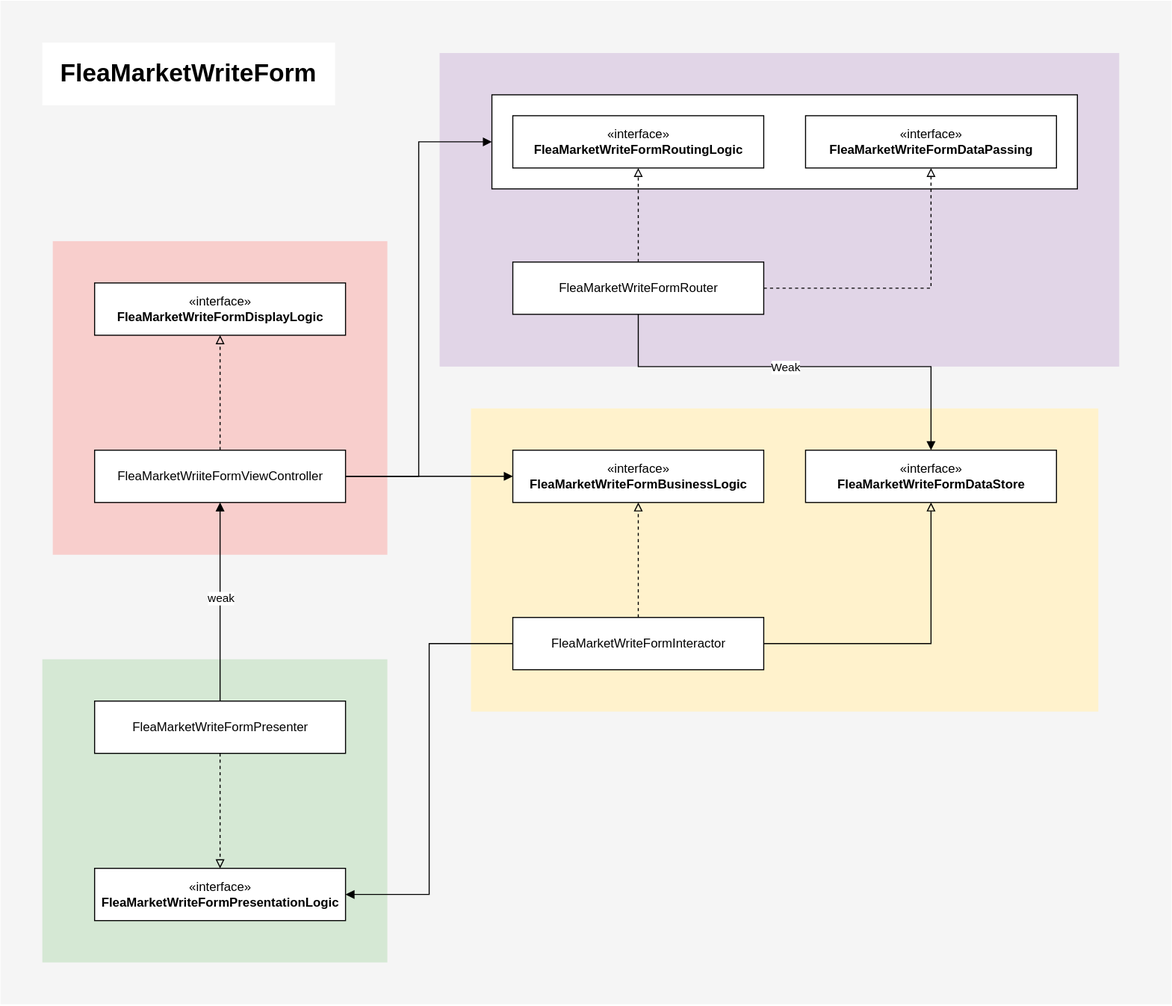
Above: karrot_clone_architecture.svg in statios/diagrams (draw.io), before the change. Source tidied: cells renumbered, new cells last; positions are measured from the earlier drawing's top-left corner, leaving out a move shared by most shapes. Source of this version:
```xml
<mxGraphModel>
  <root>
    <mxCell id="0" />
    <mxCell id="1" parent="0" />
    <mxCell id="2" style="rounded=0;whiteSpace=wrap;html=1;fillColor=#f5f5f5;fontColor=#333333;strokeColor=none;" parent="1" vertex="1">
      <mxGeometry width="1120" height="960" as="geometry" />
    </mxCell>
    <mxCell id="3" style="rounded=0;whiteSpace=wrap;html=1;fillColor=#e1d5e7;strokeColor=none;" parent="1" vertex="1">
      <mxGeometry x="420" y="50" width="650" height="300" as="geometry" />
    </mxCell>
    <mxCell id="4" style="rounded=0;whiteSpace=wrap;html=1;fillColor=#d5e8d4;strokeColor=none;" parent="1" vertex="1">
      <mxGeometry x="40" y="630" width="330" height="290" as="geometry" />
    </mxCell>
    <mxCell id="5" style="rounded=0;whiteSpace=wrap;html=1;fillColor=#fff2cc;strokeColor=none;" parent="1" vertex="1">
      <mxGeometry x="450" y="390" width="600" height="290" as="geometry" />
    </mxCell>
    <mxCell id="6" style="rounded=0;whiteSpace=wrap;html=1;fillColor=#f8cecc;strokeColor=none;" parent="1" vertex="1">
      <mxGeometry x="50" y="230" width="320" height="300" as="geometry" />
    </mxCell>
    <mxCell id="7" style="rounded=0;whiteSpace=wrap;html=1;" parent="1" vertex="1">
      <mxGeometry x="470" y="90" width="560" height="90" as="geometry" />
    </mxCell>
    <mxCell id="8" value="«interface»&lt;br&gt;&lt;b&gt;FleaMarketWriteFormDisplayLogic&lt;/b&gt;" style="html=1;" parent="1" vertex="1">
      <mxGeometry x="90" y="270" width="240" height="50" as="geometry" />
    </mxCell>
    <mxCell id="9" style="edgeStyle=orthogonalEdgeStyle;rounded=0;jettySize=auto;html=1;entryX=0.5;entryY=1;entryDx=0;entryDy=0;endArrow=block;endFill=0;dashed=1;" parent="1" edge="1" source="12" target="8">
      <mxGeometry relative="1" as="geometry" />
    </mxCell>
    <mxCell id="10" style="edgeStyle=orthogonalEdgeStyle;rounded=0;jettySize=auto;html=1;endArrow=block;endFill=1;" parent="1" edge="1" source="12" target="13">
      <mxGeometry relative="1" as="geometry" />
    </mxCell>
    <mxCell id="11" style="edgeStyle=orthogonalEdgeStyle;rounded=0;jettySize=auto;html=1;entryX=0;entryY=0.5;entryDx=0;entryDy=0;endArrow=block;endFill=1;" parent="1" edge="1" source="12" target="7">
      <mxGeometry relative="1" as="geometry" />
    </mxCell>
    <mxCell id="12" value="FleaMarketWriiteFormViewController" style="html=1;" parent="1" vertex="1">
      <mxGeometry x="90" y="430" width="240" height="50" as="geometry" />
    </mxCell>
    <mxCell id="13" value="«interface»&lt;br&gt;&lt;b&gt;FleaMarketWriteFormBusinessLogic&lt;/b&gt;" style="html=1;" parent="1" vertex="1">
      <mxGeometry x="490" y="430" width="240" height="50" as="geometry" />
    </mxCell>
    <mxCell id="14" style="edgeStyle=orthogonalEdgeStyle;rounded=0;jettySize=auto;html=1;entryX=0.5;entryY=1;entryDx=0;entryDy=0;endArrow=block;endFill=0;dashed=1;" parent="1" edge="1" source="17" target="13">
      <mxGeometry relative="1" as="geometry" />
    </mxCell>
    <mxCell id="15" style="edgeStyle=orthogonalEdgeStyle;rounded=0;jettySize=auto;html=1;entryX=0.5;entryY=1;entryDx=0;entryDy=0;endArrow=block;endFill=0;" parent="1" edge="1" source="17" target="18">
      <mxGeometry relative="1" as="geometry" />
    </mxCell>
    <mxCell id="16" style="edgeStyle=orthogonalEdgeStyle;rounded=0;jettySize=auto;html=1;entryX=1;entryY=0.5;entryDx=0;entryDy=0;endArrow=block;endFill=1;" parent="1" edge="1" source="17" target="19">
      <mxGeometry relative="1" as="geometry" />
    </mxCell>
    <mxCell id="17" value="FleaMarketWriteFormInteractor" style="html=1;" parent="1" vertex="1">
      <mxGeometry x="490" y="590" width="240" height="50" as="geometry" />
    </mxCell>
    <mxCell id="18" value="«interface»&lt;br&gt;&lt;b&gt;FleaMarketWriteFormDataStore&lt;/b&gt;" style="html=1;" parent="1" vertex="1">
      <mxGeometry x="770" y="430" width="240" height="50" as="geometry" />
    </mxCell>
    <mxCell id="19" value="«interface»&lt;br&gt;&lt;b&gt;FleaMarketWriteFormPresentationLogic&lt;/b&gt;" style="html=1;" parent="1" vertex="1">
      <mxGeometry x="90" y="830" width="240" height="50" as="geometry" />
    </mxCell>
    <mxCell id="20" style="edgeStyle=orthogonalEdgeStyle;rounded=0;jettySize=auto;html=1;endArrow=block;endFill=0;dashed=1;" parent="1" edge="1" source="23" target="19">
      <mxGeometry relative="1" as="geometry" />
    </mxCell>
    <mxCell id="21" style="edgeStyle=orthogonalEdgeStyle;rounded=0;jettySize=auto;html=1;entryX=0.5;entryY=1;entryDx=0;entryDy=0;endArrow=block;endFill=1;" parent="1" edge="1" source="23" target="12">
      <mxGeometry relative="1" as="geometry" />
    </mxCell>
    <mxCell id="22" value="weak" style="edgeLabel;html=1;align=center;verticalAlign=middle;" parent="21" vertex="1">
      <mxGeometry x="0.04" relative="1" as="geometry" />
    </mxCell>
    <mxCell id="23" value="FleaMarketWriteFormPresenter" style="html=1;" parent="1" vertex="1">
      <mxGeometry x="90" y="670" width="240" height="50" as="geometry" />
    </mxCell>
    <mxCell id="24" value="«interface»&lt;br&gt;&lt;b&gt;FleaMarketWriteFormRoutingLogic&lt;/b&gt;" style="html=1;" parent="1" vertex="1">
      <mxGeometry x="490" y="110" width="240" height="50" as="geometry" />
    </mxCell>
    <mxCell id="25" value="«interface»&lt;br&gt;&lt;b&gt;FleaMarketWriteFormDataPassing&lt;/b&gt;" style="html=1;" parent="1" vertex="1">
      <mxGeometry x="770" y="110" width="240" height="50" as="geometry" />
    </mxCell>
    <mxCell id="26" style="edgeStyle=orthogonalEdgeStyle;rounded=0;jettySize=auto;html=1;entryX=0.5;entryY=1;entryDx=0;entryDy=0;endArrow=block;endFill=0;dashed=1;" parent="1" edge="1" source="30" target="24">
      <mxGeometry relative="1" as="geometry" />
    </mxCell>
    <mxCell id="27" style="edgeStyle=orthogonalEdgeStyle;rounded=0;jettySize=auto;html=1;entryX=0.5;entryY=1;entryDx=0;entryDy=0;endArrow=block;endFill=0;dashed=1;" parent="1" edge="1" source="30" target="25">
      <mxGeometry relative="1" as="geometry" />
    </mxCell>
    <mxCell id="28" style="edgeStyle=orthogonalEdgeStyle;rounded=0;jettySize=auto;html=1;entryX=0.5;entryY=0;entryDx=0;entryDy=0;endArrow=block;endFill=1;" parent="1" edge="1" source="30" target="18">
      <mxGeometry relative="1" as="geometry">
        <Array as="points">
          <mxPoint x="610" y="350" />
          <mxPoint x="890" y="350" />
        </Array>
      </mxGeometry>
    </mxCell>
    <mxCell id="29" value="Weak" style="edgeLabel;html=1;align=center;verticalAlign=middle;" parent="28" vertex="1">
      <mxGeometry x="-0.07" relative="1" as="geometry" />
    </mxCell>
    <mxCell id="30" value="FleaMarketWriteFormRouter" style="html=1;" parent="1" vertex="1">
      <mxGeometry x="490" y="250" width="240" height="50" as="geometry" />
    </mxCell>
    <mxCell id="31" value="FleaMarketWriteForm" style="text;html=1;strokeColor=none;align=center;verticalAlign=middle;whiteSpace=wrap;rounded=0;fillColor=#ffffff;fontSize=24;fontStyle=1;" parent="1" vertex="1">
      <mxGeometry x="40" y="40" width="280" height="60" as="geometry" />
    </mxCell>
  </root>
</mxGraphModel>
```
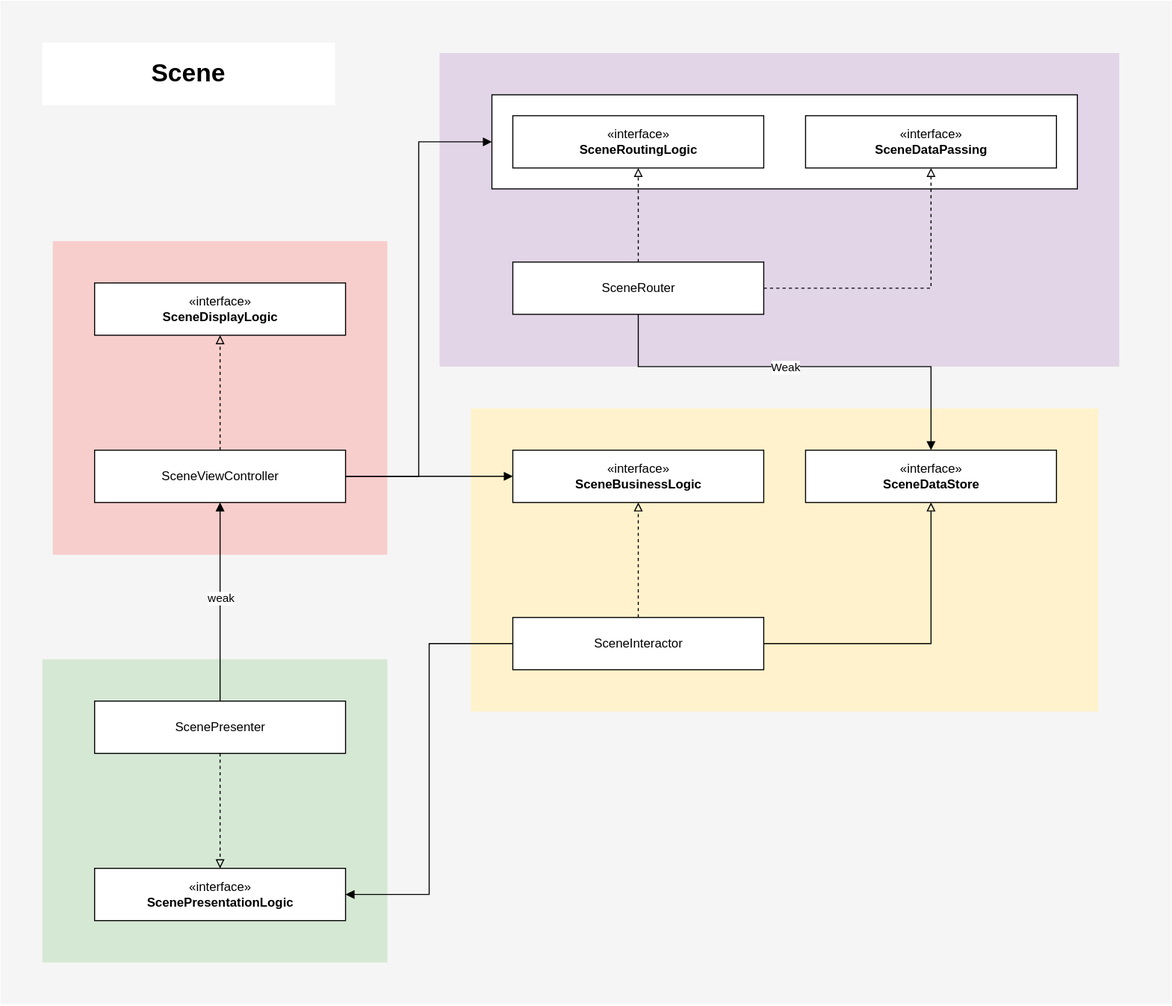
After the change.

Change to the diagram source:
```diff
@@ -20,7 +20,7 @@
     <mxCell id="7" style="rounded=0;whiteSpace=wrap;html=1;" parent="1" vertex="1">
       <mxGeometry x="470" y="90" width="560" height="90" as="geometry" />
     </mxCell>
-    <mxCell id="8" value="«interface»&lt;br&gt;&lt;b&gt;FleaMarketWriteFormDisplayLogic&lt;/b&gt;" style="html=1;" parent="1" vertex="1">
+    <mxCell id="8" value="«interface»&lt;br&gt;&lt;b&gt;SceneDisplayLogic&lt;/b&gt;" style="html=1;" parent="1" vertex="1">
       <mxGeometry x="90" y="270" width="240" height="50" as="geometry" />
     </mxCell>
     <mxCell id="9" style="edgeStyle=orthogonalEdgeStyle;rounded=0;jettySize=auto;html=1;entryX=0.5;entryY=1;entryDx=0;entryDy=0;endArrow=block;endFill=0;dashed=1;" parent="1" edge="1" source="12" target="8">
@@ -32,10 +32,10 @@
     <mxCell id="11" style="edgeStyle=orthogonalEdgeStyle;rounded=0;jettySize=auto;html=1;entryX=0;entryY=0.5;entryDx=0;entryDy=0;endArrow=block;endFill=1;" parent="1" edge="1" source="12" target="7">
       <mxGeometry relative="1" as="geometry" />
     </mxCell>
-    <mxCell id="12" value="FleaMarketWriiteFormViewController" style="html=1;" parent="1" vertex="1">
+    <mxCell id="12" value="SceneViewController" style="html=1;" parent="1" vertex="1">
       <mxGeometry x="90" y="430" width="240" height="50" as="geometry" />
     </mxCell>
-    <mxCell id="13" value="«interface»&lt;br&gt;&lt;b&gt;FleaMarketWriteFormBusinessLogic&lt;/b&gt;" style="html=1;" parent="1" vertex="1">
+    <mxCell id="13" value="«interface»&lt;br&gt;&lt;b&gt;SceneBusinessLogic&lt;/b&gt;" style="html=1;" parent="1" vertex="1">
       <mxGeometry x="490" y="430" width="240" height="50" as="geometry" />
     </mxCell>
     <mxCell id="14" style="edgeStyle=orthogonalEdgeStyle;rounded=0;jettySize=auto;html=1;entryX=0.5;entryY=1;entryDx=0;entryDy=0;endArrow=block;endFill=0;dashed=1;" parent="1" edge="1" source="17" target="13">
@@ -47,13 +47,13 @@
     <mxCell id="16" style="edgeStyle=orthogonalEdgeStyle;rounded=0;jettySize=auto;html=1;entryX=1;entryY=0.5;entryDx=0;entryDy=0;endArrow=block;endFill=1;" parent="1" edge="1" source="17" target="19">
       <mxGeometry relative="1" as="geometry" />
     </mxCell>
-    <mxCell id="17" value="FleaMarketWriteFormInteractor" style="html=1;" parent="1" vertex="1">
+    <mxCell id="17" value="SceneInteractor" style="html=1;" parent="1" vertex="1">
       <mxGeometry x="490" y="590" width="240" height="50" as="geometry" />
     </mxCell>
-    <mxCell id="18" value="«interface»&lt;br&gt;&lt;b&gt;FleaMarketWriteFormDataStore&lt;/b&gt;" style="html=1;" parent="1" vertex="1">
+    <mxCell id="18" value="«interface»&lt;br&gt;&lt;b&gt;SceneDataStore&lt;/b&gt;" style="html=1;" parent="1" vertex="1">
       <mxGeometry x="770" y="430" width="240" height="50" as="geometry" />
     </mxCell>
-    <mxCell id="19" value="«interface»&lt;br&gt;&lt;b&gt;FleaMarketWriteFormPresentationLogic&lt;/b&gt;" style="html=1;" parent="1" vertex="1">
+    <mxCell id="19" value="«interface»&lt;br&gt;&lt;b&gt;ScenePresentationLogic&lt;/b&gt;" style="html=1;" parent="1" vertex="1">
       <mxGeometry x="90" y="830" width="240" height="50" as="geometry" />
     </mxCell>
     <mxCell id="20" style="edgeStyle=orthogonalEdgeStyle;rounded=0;jettySize=auto;html=1;endArrow=block;endFill=0;dashed=1;" parent="1" edge="1" source="23" target="19">
@@ -65,13 +65,13 @@
     <mxCell id="22" value="weak" style="edgeLabel;html=1;align=center;verticalAlign=middle;" parent="21" vertex="1">
       <mxGeometry x="0.04" relative="1" as="geometry" />
     </mxCell>
-    <mxCell id="23" value="FleaMarketWriteFormPresenter" style="html=1;" parent="1" vertex="1">
+    <mxCell id="23" value="ScenePresenter" style="html=1;" parent="1" vertex="1">
       <mxGeometry x="90" y="670" width="240" height="50" as="geometry" />
     </mxCell>
-    <mxCell id="24" value="«interface»&lt;br&gt;&lt;b&gt;FleaMarketWriteFormRoutingLogic&lt;/b&gt;" style="html=1;" parent="1" vertex="1">
+    <mxCell id="24" value="«interface»&lt;br&gt;&lt;b&gt;SceneRoutingLogic&lt;/b&gt;" style="html=1;" parent="1" vertex="1">
       <mxGeometry x="490" y="110" width="240" height="50" as="geometry" />
     </mxCell>
-    <mxCell id="25" value="«interface»&lt;br&gt;&lt;b&gt;FleaMarketWriteFormDataPassing&lt;/b&gt;" style="html=1;" parent="1" vertex="1">
+    <mxCell id="25" value="«interface»&lt;br&gt;&lt;b&gt;SceneDataPassing&lt;/b&gt;" style="html=1;" parent="1" vertex="1">
       <mxGeometry x="770" y="110" width="240" height="50" as="geometry" />
     </mxCell>
     <mxCell id="26" style="edgeStyle=orthogonalEdgeStyle;rounded=0;jettySize=auto;html=1;entryX=0.5;entryY=1;entryDx=0;entryDy=0;endArrow=block;endFill=0;dashed=1;" parent="1" edge="1" source="30" target="24">
@@ -91,10 +91,10 @@
     <mxCell id="29" value="Weak" style="edgeLabel;html=1;align=center;verticalAlign=middle;" parent="28" vertex="1">
       <mxGeometry x="-0.07" relative="1" as="geometry" />
     </mxCell>
-    <mxCell id="30" value="FleaMarketWriteFormRouter" style="html=1;" parent="1" vertex="1">
+    <mxCell id="30" value="SceneRouter" style="html=1;" parent="1" vertex="1">
       <mxGeometry x="490" y="250" width="240" height="50" as="geometry" />
     </mxCell>
-    <mxCell id="31" value="FleaMarketWriteForm" style="text;html=1;strokeColor=none;align=center;verticalAlign=middle;whiteSpace=wrap;rounded=0;fillColor=#ffffff;fontSize=24;fontStyle=1;" parent="1" vertex="1">
+    <mxCell id="31" value="Scene" style="text;html=1;strokeColor=none;align=center;verticalAlign=middle;whiteSpace=wrap;rounded=0;fillColor=#ffffff;fontSize=24;fontStyle=1;" parent="1" vertex="1">
       <mxGeometry x="40" y="40" width="280" height="60" as="geometry" />
     </mxCell>
   </root>
```
